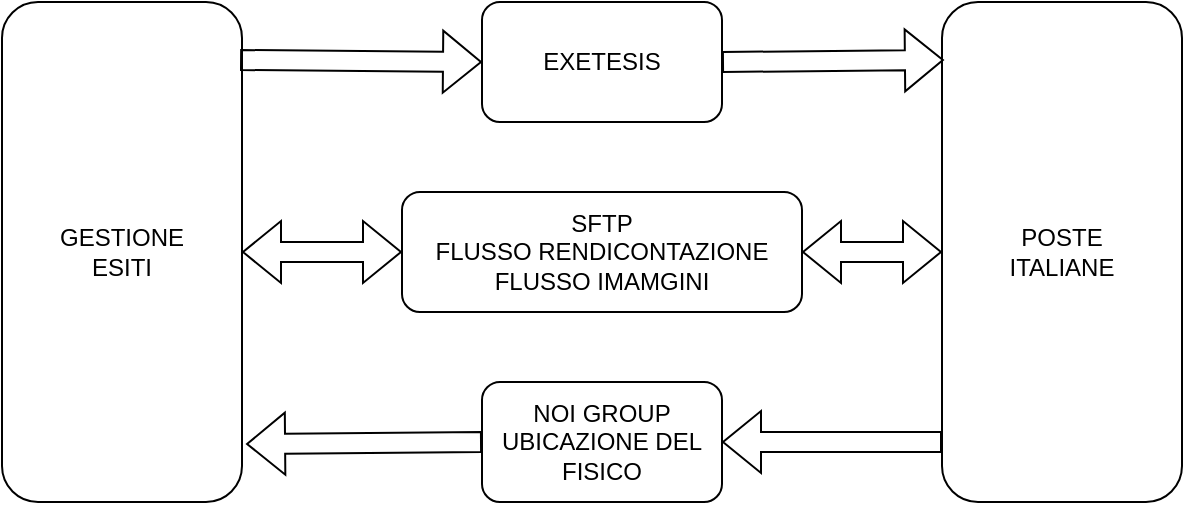
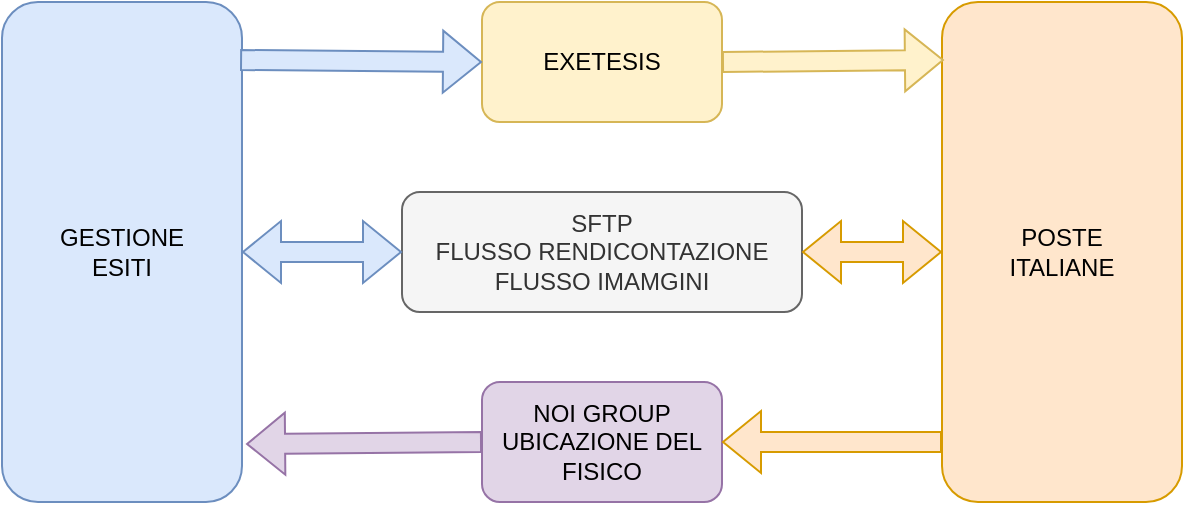
<mxfile host="app.diagrams.net">
  <diagram name="Pagina-1" id="D_Gl5x2q0HrpjFUn73LA">
    <mxGraphModel dx="1414" dy="743" grid="1" gridSize="10" guides="1" tooltips="1" connect="1" arrows="1" fold="1" page="1" pageScale="1" pageWidth="827" pageHeight="1169" math="0" shadow="0">
      <root>
        <mxCell id="0" />
        <mxCell id="1" parent="0" />
-         <mxCell id="mIy9R9Ax0QHG9JgrtZgv-1" parent="1" style="rounded=1;whiteSpace=wrap;html=1;" value="GESTIONE&lt;div&gt;ESITI&lt;/div&gt;" vertex="1">
+         <mxCell id="mIy9R9Ax0QHG9JgrtZgv-1" parent="1" style="rounded=1;whiteSpace=wrap;html=1;fillColor=#dae8fc;strokeColor=#6c8ebf;" value="GESTIONE&lt;div&gt;ESITI&lt;/div&gt;" vertex="1">
          <mxGeometry height="250" width="120" x="80" y="80" as="geometry" />
        </mxCell>
-         <mxCell id="mIy9R9Ax0QHG9JgrtZgv-2" parent="1" style="rounded=1;whiteSpace=wrap;html=1;" value="EXETESIS" vertex="1">
+         <mxCell id="mIy9R9Ax0QHG9JgrtZgv-2" parent="1" style="rounded=1;whiteSpace=wrap;html=1;fillColor=#fff2cc;strokeColor=#d6b656;" value="EXETESIS" vertex="1">
          <mxGeometry height="60" width="120" x="320" y="80" as="geometry" />
        </mxCell>
-         <mxCell id="mIy9R9Ax0QHG9JgrtZgv-3" parent="1" style="rounded=1;whiteSpace=wrap;html=1;" value="POSTE&lt;div&gt;ITALIANE&lt;/div&gt;" vertex="1">
+         <mxCell id="mIy9R9Ax0QHG9JgrtZgv-3" parent="1" style="rounded=1;whiteSpace=wrap;html=1;fillColor=#ffe6cc;strokeColor=#d79b00;" value="POSTE&lt;div&gt;ITALIANE&lt;/div&gt;" vertex="1">
          <mxGeometry height="250" width="120" x="550" y="80" as="geometry" />
        </mxCell>
-         <mxCell id="mIy9R9Ax0QHG9JgrtZgv-4" edge="1" parent="1" source="mIy9R9Ax0QHG9JgrtZgv-1" style="shape=flexArrow;endArrow=classic;html=1;rounded=0;entryX=0;entryY=0.5;entryDx=0;entryDy=0;exitX=0.992;exitY=0.116;exitDx=0;exitDy=0;exitPerimeter=0;" target="mIy9R9Ax0QHG9JgrtZgv-2" value="">
+         <mxCell id="mIy9R9Ax0QHG9JgrtZgv-4" edge="1" parent="1" source="mIy9R9Ax0QHG9JgrtZgv-1" style="shape=flexArrow;endArrow=classic;html=1;rounded=0;entryX=0;entryY=0.5;entryDx=0;entryDy=0;exitX=0.992;exitY=0.116;exitDx=0;exitDy=0;exitPerimeter=0;fillColor=#dae8fc;strokeColor=#6c8ebf;" target="mIy9R9Ax0QHG9JgrtZgv-2" value="">
          <mxGeometry height="50" relative="1" width="50" as="geometry">
            <mxPoint x="390" y="400" as="sourcePoint" />
            <mxPoint x="440" y="350" as="targetPoint" />
          </mxGeometry>
        </mxCell>
-         <mxCell id="mIy9R9Ax0QHG9JgrtZgv-5" edge="1" parent="1" source="mIy9R9Ax0QHG9JgrtZgv-2" style="shape=flexArrow;endArrow=classic;html=1;rounded=0;exitX=1;exitY=0.5;exitDx=0;exitDy=0;entryX=0.008;entryY=0.116;entryDx=0;entryDy=0;entryPerimeter=0;" target="mIy9R9Ax0QHG9JgrtZgv-3" value="">
+         <mxCell id="mIy9R9Ax0QHG9JgrtZgv-5" edge="1" parent="1" source="mIy9R9Ax0QHG9JgrtZgv-2" style="shape=flexArrow;endArrow=classic;html=1;rounded=0;exitX=1;exitY=0.5;exitDx=0;exitDy=0;entryX=0.008;entryY=0.116;entryDx=0;entryDy=0;entryPerimeter=0;fillColor=#fff2cc;strokeColor=#d6b656;" target="mIy9R9Ax0QHG9JgrtZgv-3" value="">
          <mxGeometry height="50" relative="1" width="50" as="geometry">
            <mxPoint x="390" y="400" as="sourcePoint" />
            <mxPoint x="440" y="350" as="targetPoint" />
          </mxGeometry>
        </mxCell>
-         <mxCell id="mIy9R9Ax0QHG9JgrtZgv-6" parent="1" style="rounded=1;whiteSpace=wrap;html=1;" value="SFTP&lt;div&gt;FLUSSO RENDICONTAZIONE&lt;/div&gt;&lt;div&gt;FLUSSO IMAMGINI&lt;/div&gt;" vertex="1">
+         <mxCell id="mIy9R9Ax0QHG9JgrtZgv-6" parent="1" style="rounded=1;whiteSpace=wrap;html=1;fillColor=#f5f5f5;fontColor=#333333;strokeColor=#666666;" value="SFTP&lt;div&gt;FLUSSO RENDICONTAZIONE&lt;/div&gt;&lt;div&gt;FLUSSO IMAMGINI&lt;/div&gt;" vertex="1">
          <mxGeometry height="60" width="200" x="280" y="175" as="geometry" />
        </mxCell>
-         <mxCell id="mIy9R9Ax0QHG9JgrtZgv-7" edge="1" parent="1" source="mIy9R9Ax0QHG9JgrtZgv-6" style="shape=flexArrow;endArrow=classic;startArrow=classic;html=1;rounded=0;entryX=0;entryY=0.5;entryDx=0;entryDy=0;exitX=1;exitY=0.5;exitDx=0;exitDy=0;" target="mIy9R9Ax0QHG9JgrtZgv-3" value="">
+         <mxCell id="mIy9R9Ax0QHG9JgrtZgv-7" edge="1" parent="1" source="mIy9R9Ax0QHG9JgrtZgv-6" style="shape=flexArrow;endArrow=classic;startArrow=classic;html=1;rounded=0;entryX=0;entryY=0.5;entryDx=0;entryDy=0;exitX=1;exitY=0.5;exitDx=0;exitDy=0;fillColor=#ffe6cc;strokeColor=#d79b00;" target="mIy9R9Ax0QHG9JgrtZgv-3" value="">
          <mxGeometry height="100" relative="1" width="100" as="geometry">
            <mxPoint x="360" y="430" as="sourcePoint" />
            <mxPoint x="460" y="330" as="targetPoint" />
          </mxGeometry>
        </mxCell>
-         <mxCell id="mIy9R9Ax0QHG9JgrtZgv-8" edge="1" parent="1" source="mIy9R9Ax0QHG9JgrtZgv-1" style="shape=flexArrow;endArrow=classic;startArrow=classic;html=1;rounded=0;entryX=0;entryY=0.5;entryDx=0;entryDy=0;exitX=1;exitY=0.5;exitDx=0;exitDy=0;" target="mIy9R9Ax0QHG9JgrtZgv-6" value="">
+         <mxCell id="mIy9R9Ax0QHG9JgrtZgv-8" edge="1" parent="1" source="mIy9R9Ax0QHG9JgrtZgv-1" style="shape=flexArrow;endArrow=classic;startArrow=classic;html=1;rounded=0;entryX=0;entryY=0.5;entryDx=0;entryDy=0;exitX=1;exitY=0.5;exitDx=0;exitDy=0;fillColor=#dae8fc;strokeColor=#6c8ebf;" target="mIy9R9Ax0QHG9JgrtZgv-6" value="">
          <mxGeometry height="100" relative="1" width="100" as="geometry">
            <mxPoint x="360" y="430" as="sourcePoint" />
            <mxPoint x="460" y="330" as="targetPoint" />
          </mxGeometry>
        </mxCell>
-         <mxCell id="mIy9R9Ax0QHG9JgrtZgv-9" parent="1" style="rounded=1;whiteSpace=wrap;html=1;" value="NOI GROUP&lt;div&gt;UBICAZIONE DEL&lt;/div&gt;&lt;div&gt;FISICO&lt;/div&gt;" vertex="1">
+         <mxCell id="mIy9R9Ax0QHG9JgrtZgv-9" parent="1" style="rounded=1;whiteSpace=wrap;html=1;fillColor=#e1d5e7;strokeColor=#9673a6;" value="NOI GROUP&lt;div&gt;UBICAZIONE DEL&lt;/div&gt;&lt;div&gt;FISICO&lt;/div&gt;" vertex="1">
          <mxGeometry height="60" width="120" x="320" y="270" as="geometry" />
        </mxCell>
-         <mxCell id="mIy9R9Ax0QHG9JgrtZgv-10" edge="1" parent="1" source="mIy9R9Ax0QHG9JgrtZgv-3" style="shape=flexArrow;endArrow=classic;html=1;rounded=0;entryX=1;entryY=0.5;entryDx=0;entryDy=0;exitX=0;exitY=0.88;exitDx=0;exitDy=0;exitPerimeter=0;" target="mIy9R9Ax0QHG9JgrtZgv-9" value="">
+         <mxCell id="mIy9R9Ax0QHG9JgrtZgv-10" edge="1" parent="1" source="mIy9R9Ax0QHG9JgrtZgv-3" style="shape=flexArrow;endArrow=classic;html=1;rounded=0;entryX=1;entryY=0.5;entryDx=0;entryDy=0;exitX=0;exitY=0.88;exitDx=0;exitDy=0;exitPerimeter=0;fillColor=#ffe6cc;strokeColor=#d79b00;" target="mIy9R9Ax0QHG9JgrtZgv-9" value="">
          <mxGeometry height="50" relative="1" width="50" as="geometry">
            <mxPoint x="390" y="400" as="sourcePoint" />
            <mxPoint x="440" y="350" as="targetPoint" />
          </mxGeometry>
        </mxCell>
-         <mxCell id="mIy9R9Ax0QHG9JgrtZgv-11" edge="1" parent="1" source="mIy9R9Ax0QHG9JgrtZgv-9" style="shape=flexArrow;endArrow=classic;html=1;rounded=0;exitX=0;exitY=0.5;exitDx=0;exitDy=0;entryX=1.017;entryY=0.884;entryDx=0;entryDy=0;entryPerimeter=0;" target="mIy9R9Ax0QHG9JgrtZgv-1" value="">
+         <mxCell id="mIy9R9Ax0QHG9JgrtZgv-11" edge="1" parent="1" source="mIy9R9Ax0QHG9JgrtZgv-9" style="shape=flexArrow;endArrow=classic;html=1;rounded=0;exitX=0;exitY=0.5;exitDx=0;exitDy=0;entryX=1.017;entryY=0.884;entryDx=0;entryDy=0;entryPerimeter=0;fillColor=#e1d5e7;strokeColor=#9673a6;" target="mIy9R9Ax0QHG9JgrtZgv-1" value="">
          <mxGeometry height="50" relative="1" width="50" as="geometry">
            <mxPoint x="390" y="400" as="sourcePoint" />
            <mxPoint x="240" y="300" as="targetPoint" />
          </mxGeometry>
        </mxCell>
      </root>
    </mxGraphModel>
  </diagram>
</mxfile>
